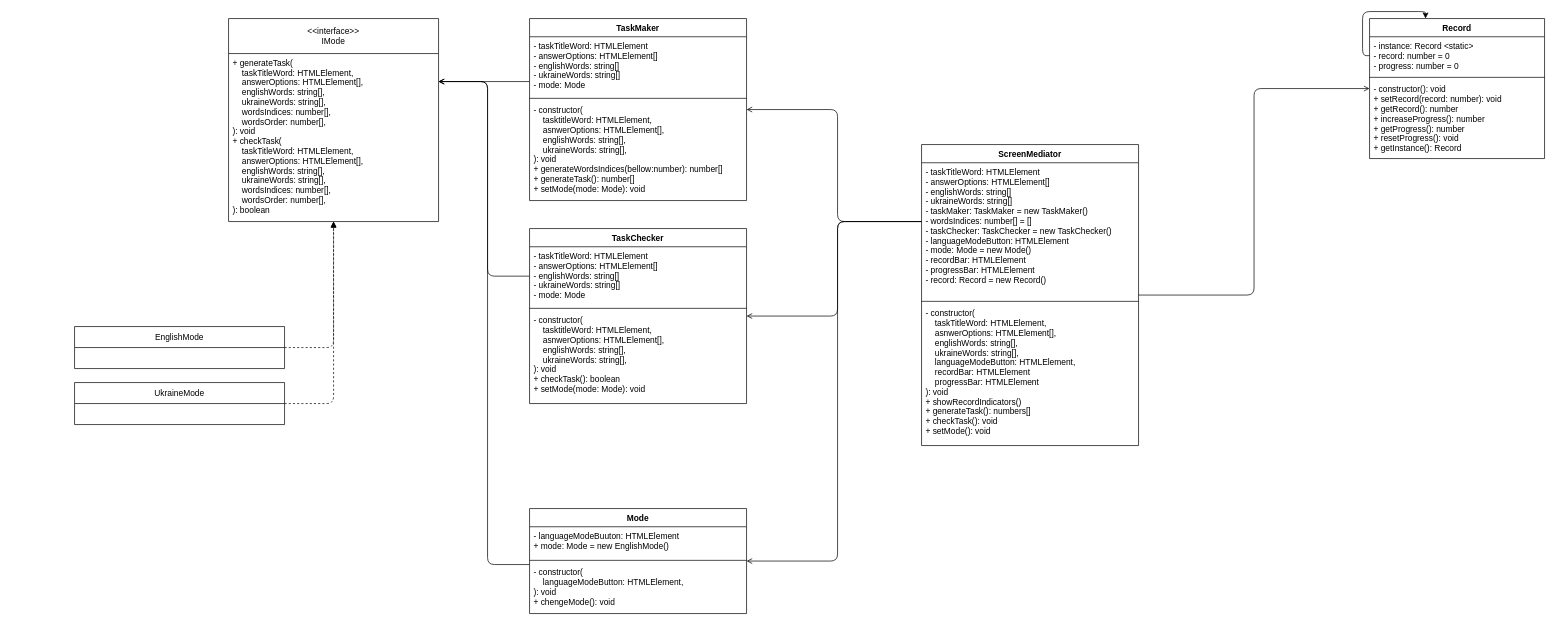
Above: diagrams/classes-diagram.dio in Dmytriy-OL/DesignPaternsLab6 (draw.io), before the change. Source tidied: cells renumbered, new cells numbered last; positions are measured from the earlier drawing's top-left corner, leaving out a move shared by most shapes. Both pictures are drawn from the tidied source at 70%, with x=0, y=0 at pixel (74, 11).
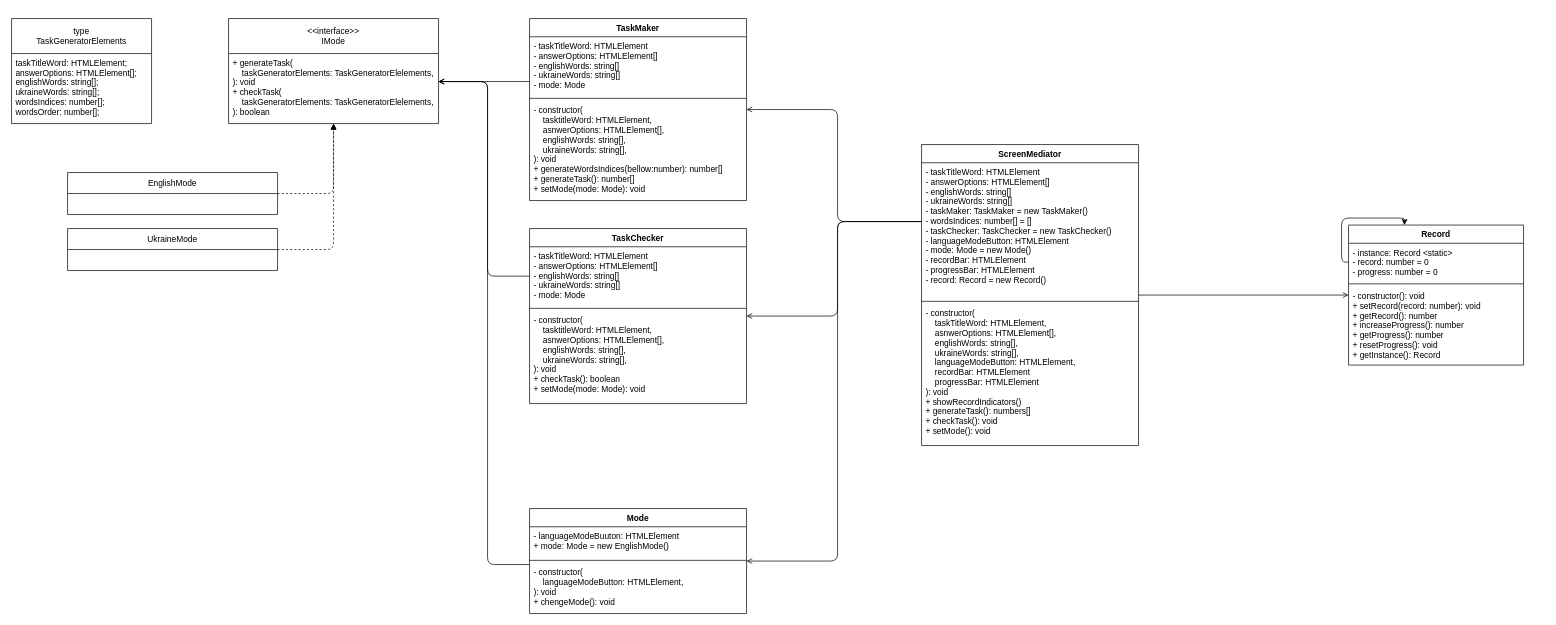
The same page after the edit.

Commit message (it also covers changes not shown here):
add: task generator elements type; fix: mode's generate task method

Diff of the diagram source:
```diff
@@
     <mxCell id="2" value="Record" style="swimlane;fontStyle=1;align=center;verticalAlign=top;horizontal=1;startSize=26;" parent="1" vertex="1">
-      <mxGeometry x="1850" y="10" width="250" height="200" as="geometry" />
+      <mxGeometry x="1820" y="305" width="250" height="200" as="geometry" />
     </mxCell>
@@
     <mxCell id="11" value="&lt;&lt;interface&gt;&gt;&#10;IMode" style="swimlane;fontStyle=0;horizontal=1;startSize=50;fillColor=none;" parent="1" vertex="1">
-      <mxGeometry x="220" y="10" width="300" height="290" as="geometry" />
+      <mxGeometry x="220" y="10" width="300" height="150" as="geometry" />
     </mxCell>
-    <mxCell id="12" value="+ generateTask(&#10;    taskTitleWord: HTMLElement,&#10;    answerOptions: HTMLElement[],&#10;    englishWords: string[],&#10;    ukraineWords: string[],&#10;    wordsIndices: number[],&#10;    wordsOrder: number[],&#10;): void&#10;+ checkTask(&#10;    taskTitleWord: HTMLElement,&#10;    answerOptions: HTMLElement[],&#10;    englishWords: string[],&#10;    ukraineWords: string[],&#10;    wordsIndices: number[],&#10;    wordsOrder: number[],&#10;): boolean" style="text;strokeColor=none;fillColor=none;align=left;verticalAlign=top;spacingLeft=4;spacingRight=4;overflow=hidden;" parent="11" vertex="1">
-      <mxGeometry y="50" width="300" height="240" as="geometry" />
+    <mxCell id="12" value="+ generateTask(&#10;    taskGeneratorElements: TaskGeneratorElelements,&#10;): void&#10;+ checkTask(&#10;    taskGeneratorElements: TaskGeneratorElelements,&#10;): boolean" style="text;strokeColor=none;fillColor=none;align=left;verticalAlign=top;spacingLeft=4;spacingRight=4;overflow=hidden;" parent="11" vertex="1">
+      <mxGeometry y="50" width="300" height="100" as="geometry" />
     </mxCell>
@@
     <mxCell id="14" style="edgeStyle=orthogonalEdgeStyle;html=1;endArrow=block;endFill=1;dashed=1;" parent="1" edge="1" source="15" target="11">
       <mxGeometry relative="1" as="geometry">
         <Array as="points">
-          <mxPoint x="370" y="480" />
+          <mxPoint x="370" y="260" />
         </Array>
       </mxGeometry>
     </mxCell>
     <mxCell id="15" value="EnglishMode" style="swimlane;fontStyle=0;horizontal=1;startSize=30;fillColor=none;" parent="1" vertex="1">
-      <mxGeometry y="450" width="300" height="60" as="geometry" />
+      <mxGeometry x="-10" y="230" width="300" height="60" as="geometry" />
     </mxCell>
     <mxCell id="16" style="edgeStyle=orthogonalEdgeStyle;html=1;dashed=1;endArrow=block;endFill=1;" parent="1" edge="1" source="17" target="11">
       <mxGeometry relative="1" as="geometry">
         <Array as="points">
-          <mxPoint x="370" y="560" />
+          <mxPoint x="370" y="340" />
         </Array>
       </mxGeometry>
     </mxCell>
     <mxCell id="17" value="UkraineMode" style="swimlane;fontStyle=0;horizontal=1;startSize=30;fillColor=none;" parent="1" vertex="1">
-      <mxGeometry y="530" width="300" height="60" as="geometry" />
+      <mxGeometry x="-10" y="310" width="300" height="60" as="geometry" />
     </mxCell>
@@
+    <mxCell id="36" value="type&#10;TaskGeneratorElements" style="swimlane;fontStyle=0;horizontal=1;startSize=50;fillColor=none;" parent="1" vertex="1">
+      <mxGeometry x="-90" y="10" width="200" height="150" as="geometry" />
+    </mxCell>
+    <mxCell id="37" value="taskTitleWord: HTMLElement;&#10;answerOptions: HTMLElement[];&#10;englishWords: string[];&#10;ukraineWords: string[];&#10;wordsIndices: number[];&#10;wordsOrder: number[];" style="text;strokeColor=none;fillColor=none;align=left;verticalAlign=top;spacingLeft=4;spacingRight=4;overflow=hidden;" parent="36" vertex="1">
+      <mxGeometry y="50" width="200" height="100" as="geometry" />
+    </mxCell>
```
